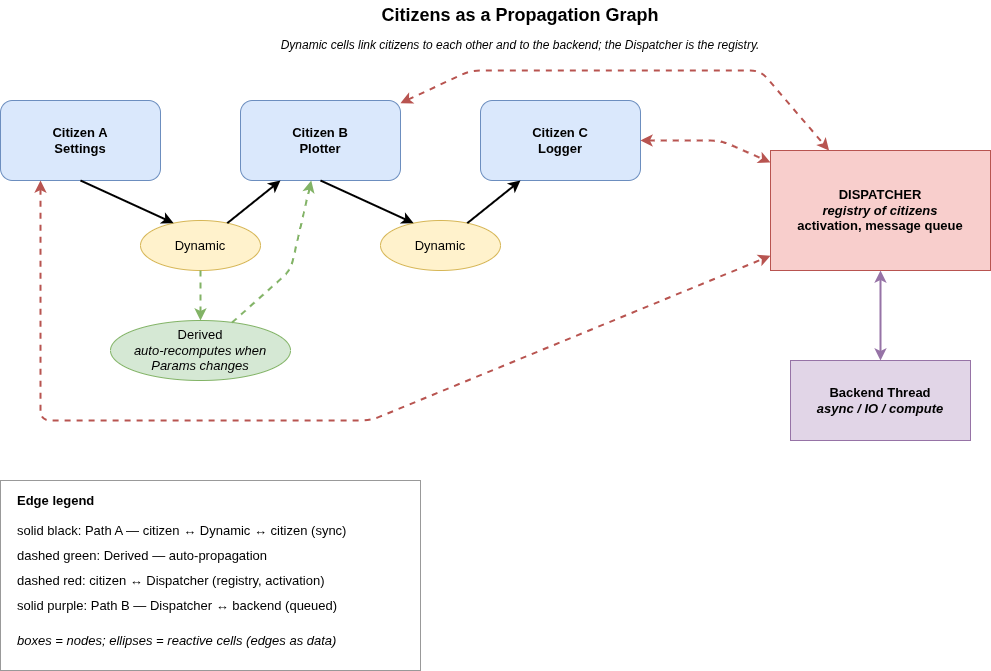
saturn77/egui_mobius keeps this draw.io diagram as book/src/images/Propagation_Graph.drawio.png. Above is the earlier version. Source tidied: cells renumbered, new cells last; positions are measured from the earlier drawing's top-left corner, leaving out a move shared by most shapes. Source of this version:
```xml
<mxGraphModel>
  <root>
    <mxCell id="0" />
    <mxCell id="1" parent="0" />
    <mxCell id="2" value="Citizens as a Propagation Graph" style="text;html=1;align=center;verticalAlign=middle;whiteSpace=wrap;fontSize=18;fontStyle=1;" parent="1" vertex="1">
      <mxGeometry x="270" width="500" height="30" as="geometry" />
    </mxCell>
    <mxCell id="3" value="Dynamic&lt;T&gt; cells link citizens to each other and to the backend; the Dispatcher is the registry." style="text;html=1;align=center;verticalAlign=middle;whiteSpace=wrap;fontSize=12;fontStyle=2;" parent="1" vertex="1">
      <mxGeometry x="170" y="35" width="700" height="20" as="geometry" />
    </mxCell>
    <mxCell id="4" value="Citizen A&#10;Settings" style="rounded=1;whiteSpace=wrap;html=1;fontStyle=1;fillColor=#dae8fc;strokeColor=#6c8ebf;fontSize=13;" parent="1" vertex="1">
      <mxGeometry y="100" width="160" height="80" as="geometry" />
    </mxCell>
    <mxCell id="5" value="Citizen B&#10;Plotter" style="rounded=1;whiteSpace=wrap;html=1;fontStyle=1;fillColor=#dae8fc;strokeColor=#6c8ebf;fontSize=13;" parent="1" vertex="1">
      <mxGeometry x="240" y="100" width="160" height="80" as="geometry" />
    </mxCell>
    <mxCell id="6" value="Citizen C&#10;Logger" style="rounded=1;whiteSpace=wrap;html=1;fontStyle=1;fillColor=#dae8fc;strokeColor=#6c8ebf;fontSize=13;" parent="1" vertex="1">
      <mxGeometry x="480" y="100" width="160" height="80" as="geometry" />
    </mxCell>
    <mxCell id="7" value="Dynamic" style="ellipse;whiteSpace=wrap;html=1;fontSize=13;fillColor=#fff2cc;strokeColor=#d6b656;" parent="1" vertex="1">
      <mxGeometry x="140" y="220" width="120" height="50" as="geometry" />
    </mxCell>
    <mxCell id="8" value="Dynamic" style="ellipse;whiteSpace=wrap;html=1;fontSize=13;fillColor=#fff2cc;strokeColor=#d6b656;" parent="1" vertex="1">
      <mxGeometry x="380" y="220" width="120" height="50" as="geometry" />
    </mxCell>
    <mxCell id="9" value="Derived&#10;&lt;i&gt;auto-recomputes when Params changes&lt;/i&gt;" style="ellipse;whiteSpace=wrap;html=1;fontSize=13;fillColor=#d5e8d4;strokeColor=#82b366;" parent="1" vertex="1">
      <mxGeometry x="110" y="320" width="180" height="60" as="geometry" />
    </mxCell>
    <mxCell id="10" value="DISPATCHER&#10;&lt;i&gt;registry of citizens&lt;/i&gt;&lt;br&gt;activation, message queue" style="rounded=0;whiteSpace=wrap;html=1;fontStyle=1;fillColor=#f8cecc;strokeColor=#b85450;fontSize=13;" parent="1" vertex="1">
      <mxGeometry x="770" y="150" width="220" height="120" as="geometry" />
    </mxCell>
    <mxCell id="11" value="Backend Thread&#10;&lt;i&gt;async / IO / compute&lt;/i&gt;" style="rounded=0;whiteSpace=wrap;html=1;fontStyle=1;fillColor=#e1d5e7;strokeColor=#9673a6;fontSize=13;" parent="1" vertex="1">
      <mxGeometry x="790" y="360" width="180" height="80" as="geometry" />
    </mxCell>
    <mxCell id="12" style="endArrow=classic;html=1;exitX=0.5;exitY=1;exitDx=0;exitDy=0;entryX=0.25;entryY=0;entryDx=0;entryDy=0;strokeWidth=2;fontSize=13;" parent="1" edge="1" source="4" target="7">
      <mxGeometry relative="1" as="geometry" />
    </mxCell>
    <mxCell id="13" style="endArrow=classic;html=1;exitX=0.75;exitY=0;exitDx=0;exitDy=0;entryX=0.25;entryY=1;entryDx=0;entryDy=0;strokeWidth=2;fontSize=13;" parent="1" edge="1" source="7" target="5">
      <mxGeometry relative="1" as="geometry" />
    </mxCell>
    <mxCell id="14" style="endArrow=classic;html=1;exitX=0.5;exitY=1;exitDx=0;exitDy=0;entryX=0.25;entryY=0;entryDx=0;entryDy=0;strokeWidth=2;fontSize=13;" parent="1" edge="1" source="5" target="8">
      <mxGeometry relative="1" as="geometry" />
    </mxCell>
    <mxCell id="15" style="endArrow=classic;html=1;exitX=0.75;exitY=0;exitDx=0;exitDy=0;entryX=0.25;entryY=1;entryDx=0;entryDy=0;strokeWidth=2;fontSize=13;" parent="1" edge="1" source="8" target="6">
      <mxGeometry relative="1" as="geometry" />
    </mxCell>
    <mxCell id="16" style="endArrow=classic;html=1;dashed=1;strokeWidth=2;strokeColor=#82b366;fontSize=13;" parent="1" edge="1" source="7" target="9">
      <mxGeometry relative="1" as="geometry" />
    </mxCell>
    <mxCell id="17" style="endArrow=classic;html=1;dashed=1;strokeWidth=2;strokeColor=#82b366;fontSize=13;" parent="1" edge="1" source="9" target="5">
      <mxGeometry relative="1" as="geometry">
        <Array as="points">
          <mxPoint x="290" y="270" />
        </Array>
      </mxGeometry>
    </mxCell>
    <mxCell id="18" style="endArrow=classic;html=1;startArrow=classic;startFill=1;endFill=1;strokeColor=#b85450;dashed=1;exitX=0.25;exitY=1;exitDx=0;exitDy=0;fontSize=13;strokeWidth=2;" parent="1" edge="1" source="4" target="10">
      <mxGeometry relative="1" as="geometry">
        <Array as="points">
          <mxPoint x="40" y="420" />
          <mxPoint x="370" y="420" />
        </Array>
      </mxGeometry>
    </mxCell>
    <mxCell id="19" style="endArrow=classic;html=1;startArrow=classic;startFill=1;endFill=1;strokeColor=#b85450;dashed=1;fontSize=13;strokeWidth=2;" parent="1" edge="1" source="5" target="10">
      <mxGeometry relative="1" as="geometry">
        <Array as="points">
          <mxPoint x="470" y="70" />
          <mxPoint x="610" y="70" />
          <mxPoint x="760" y="70" />
        </Array>
      </mxGeometry>
    </mxCell>
    <mxCell id="20" style="endArrow=classic;html=1;startArrow=classic;startFill=1;endFill=1;strokeColor=#b85450;dashed=1;fontSize=13;strokeWidth=2;" parent="1" edge="1" source="6" target="10">
      <mxGeometry relative="1" as="geometry">
        <Array as="points">
          <mxPoint x="720" y="140" />
        </Array>
      </mxGeometry>
    </mxCell>
    <mxCell id="21" style="endArrow=classic;html=1;startArrow=classic;startFill=1;endFill=1;strokeWidth=2;strokeColor=#9673a6;fontSize=13;" parent="1" edge="1" source="10" target="11">
      <mxGeometry relative="1" as="geometry" />
    </mxCell>
    <mxCell id="22" style="rounded=0;whiteSpace=wrap;html=1;fillColor=none;strokeColor=#999999;fontSize=13;" parent="1" vertex="1">
      <mxGeometry y="480" width="420" height="190" as="geometry" />
    </mxCell>
    <mxCell id="23" value="Edge legend" style="text;html=1;align=left;verticalAlign=middle;fontStyle=1;whiteSpace=wrap;fontSize=13;" parent="1" vertex="1">
      <mxGeometry x="15" y="490" width="200" height="20" as="geometry" />
    </mxCell>
    <mxCell id="24" value="solid black:  Path A — citizen ↔ Dynamic ↔ citizen (sync)" style="text;html=1;align=left;verticalAlign=middle;fontSize=13;whiteSpace=wrap;" parent="1" vertex="1">
      <mxGeometry x="15" y="520" width="365" height="20" as="geometry" />
    </mxCell>
    <mxCell id="25" value="dashed green:  Derived — auto-propagation" style="text;html=1;align=left;verticalAlign=middle;fontSize=13;whiteSpace=wrap;" parent="1" vertex="1">
      <mxGeometry x="15" y="545" width="290" height="20" as="geometry" />
    </mxCell>
    <mxCell id="26" value="dashed red:  citizen ↔ Dispatcher (registry, activation)" style="text;html=1;align=left;verticalAlign=middle;fontSize=13;whiteSpace=wrap;" parent="1" vertex="1">
      <mxGeometry x="15" y="570" width="355" height="20" as="geometry" />
    </mxCell>
    <mxCell id="27" value="solid purple:  Path B — Dispatcher ↔ backend (queued)" style="text;html=1;align=left;verticalAlign=middle;fontSize=13;whiteSpace=wrap;" parent="1" vertex="1">
      <mxGeometry x="15" y="595" width="365" height="20" as="geometry" />
    </mxCell>
    <mxCell id="28" value="boxes = nodes;  ellipses = reactive cells (edges as data)" style="text;html=1;align=left;verticalAlign=middle;fontSize=13;fontStyle=2;whiteSpace=wrap;" parent="1" vertex="1">
      <mxGeometry x="15" y="630" width="385" height="20" as="geometry" />
    </mxCell>
  </root>
</mxGraphModel>
```
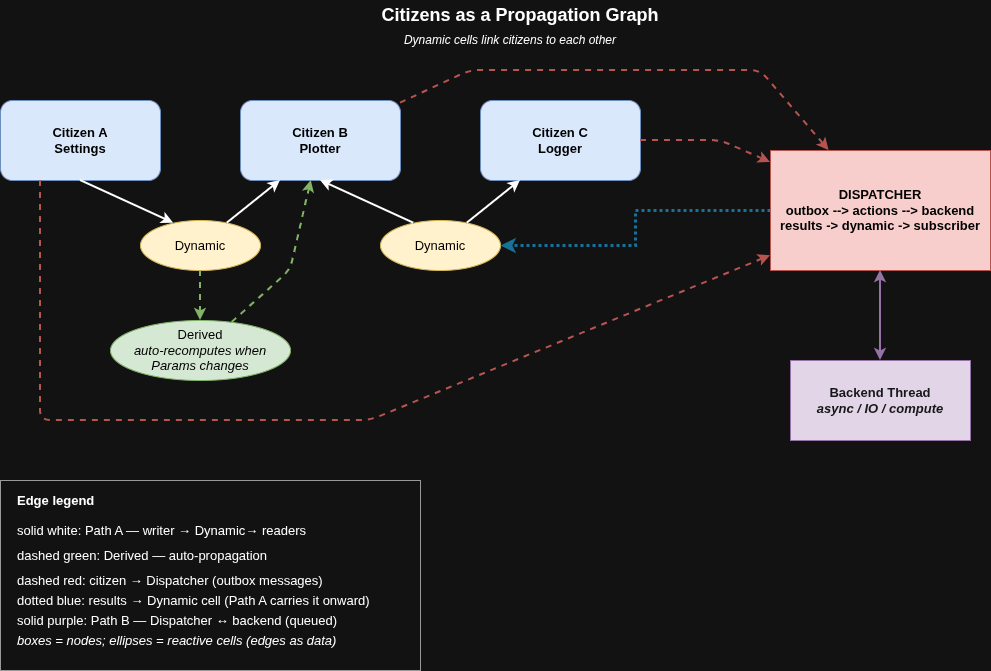
After the change.

Commit message:
docs(book): corrected architecture diagrams — REGISTRY and DISPATCHER split

Change to the diagram source:
```diff
@@ -5,31 +5,34 @@
     <mxCell id="2" value="Citizens as a Propagation Graph" style="text;html=1;align=center;verticalAlign=middle;whiteSpace=wrap;fontSize=18;fontStyle=1;" parent="1" vertex="1">
       <mxGeometry x="270" width="500" height="30" as="geometry" />
     </mxCell>
-    <mxCell id="3" value="Dynamic&lt;T&gt; cells link citizens to each other and to the backend; the Dispatcher is the registry." style="text;html=1;align=center;verticalAlign=middle;whiteSpace=wrap;fontSize=12;fontStyle=2;" parent="1" vertex="1">
-      <mxGeometry x="170" y="35" width="700" height="20" as="geometry" />
+    <mxCell id="3" value="Dynamic cells link citizens to each other" style="text;html=1;align=center;verticalAlign=middle;whiteSpace=wrap;fontSize=12;fontStyle=2;" parent="1" vertex="1">
+      <mxGeometry x="160" y="30" width="700" height="20" as="geometry" />
     </mxCell>
-    <mxCell id="4" value="Citizen A&#10;Settings" style="rounded=1;whiteSpace=wrap;html=1;fontStyle=1;fillColor=#dae8fc;strokeColor=#6c8ebf;fontSize=13;" parent="1" vertex="1">
+    <mxCell id="4" value="Citizen A&#10;Settings" style="rounded=1;whiteSpace=wrap;html=1;fontStyle=1;fillColor=#dae8fc;strokeColor=#6c8ebf;fontSize=13;fontColor=#000000;" parent="1" vertex="1">
       <mxGeometry y="100" width="160" height="80" as="geometry" />
     </mxCell>
-    <mxCell id="5" value="Citizen B&#10;Plotter" style="rounded=1;whiteSpace=wrap;html=1;fontStyle=1;fillColor=#dae8fc;strokeColor=#6c8ebf;fontSize=13;" parent="1" vertex="1">
+    <mxCell id="5" value="Citizen B&#10;Plotter" style="rounded=1;whiteSpace=wrap;html=1;fontStyle=1;fillColor=#dae8fc;strokeColor=#6c8ebf;fontSize=13;fontColor=#000000;" parent="1" vertex="1">
       <mxGeometry x="240" y="100" width="160" height="80" as="geometry" />
     </mxCell>
-    <mxCell id="6" value="Citizen C&#10;Logger" style="rounded=1;whiteSpace=wrap;html=1;fontStyle=1;fillColor=#dae8fc;strokeColor=#6c8ebf;fontSize=13;" parent="1" vertex="1">
+    <mxCell id="6" value="Citizen C&#10;Logger" style="rounded=1;whiteSpace=wrap;html=1;fontStyle=1;fillColor=#dae8fc;strokeColor=#6c8ebf;fontSize=13;fontColor=#000000;" parent="1" vertex="1">
       <mxGeometry x="480" y="100" width="160" height="80" as="geometry" />
     </mxCell>
-    <mxCell id="7" value="Dynamic" style="ellipse;whiteSpace=wrap;html=1;fontSize=13;fillColor=#fff2cc;strokeColor=#d6b656;" parent="1" vertex="1">
+    <mxCell id="7" value="Dynamic" style="ellipse;whiteSpace=wrap;html=1;fontSize=13;fillColor=#fff2cc;strokeColor=#d6b656;fontColor=#000000;" parent="1" vertex="1">
       <mxGeometry x="140" y="220" width="120" height="50" as="geometry" />
     </mxCell>
-    <mxCell id="8" value="Dynamic" style="ellipse;whiteSpace=wrap;html=1;fontSize=13;fillColor=#fff2cc;strokeColor=#d6b656;" parent="1" vertex="1">
+    <mxCell id="8" value="Dynamic" style="ellipse;whiteSpace=wrap;html=1;fontSize=13;fillColor=#fff2cc;strokeColor=#d6b656;fontColor=#000000;" parent="1" vertex="1">
       <mxGeometry x="380" y="220" width="120" height="50" as="geometry" />
     </mxCell>
-    <mxCell id="9" value="Derived&#10;&lt;i&gt;auto-recomputes when Params changes&lt;/i&gt;" style="ellipse;whiteSpace=wrap;html=1;fontSize=13;fillColor=#d5e8d4;strokeColor=#82b366;" parent="1" vertex="1">
+    <mxCell id="9" value="Derived&#10;&lt;i&gt;auto-recomputes when Params changes&lt;/i&gt;" style="ellipse;whiteSpace=wrap;html=1;fontSize=13;fillColor=#d5e8d4;strokeColor=#82b366;fontColor=#000000;" parent="1" vertex="1">
       <mxGeometry x="110" y="320" width="180" height="60" as="geometry" />
     </mxCell>
+    <mxCell id="29" style="edgeStyle=orthogonalEdgeStyle;rounded=0;jettySize=auto;html=1;exitX=0;exitY=0.5;exitDx=0;exitDy=0;entryX=1;entryY=0.5;entryDx=0;entryDy=0;strokeWidth=3;dashed=1;strokeColor=#177299;dashPattern=1 1;" parent="1" edge="1" source="10" target="8">
+      <mxGeometry relative="1" as="geometry" />
+    </mxCell>
-    <mxCell id="10" value="DISPATCHER&#10;&lt;i&gt;registry of citizens&lt;/i&gt;&lt;br&gt;activation, message queue" style="rounded=0;whiteSpace=wrap;html=1;fontStyle=1;fillColor=#f8cecc;strokeColor=#b85450;fontSize=13;" parent="1" vertex="1">
+    <mxCell id="10" value="DISPATCHER&lt;br&gt;outbox --&amp;gt; actions --&amp;gt; backend&lt;div&gt;results -&amp;gt; dynamic -&amp;gt; subscriber&lt;/div&gt;" style="rounded=0;whiteSpace=wrap;html=1;fontStyle=1;fillColor=#f8cecc;strokeColor=#b85450;fontSize=13;fontColor=#000000;" parent="1" vertex="1">
       <mxGeometry x="770" y="150" width="220" height="120" as="geometry" />
     </mxCell>
-    <mxCell id="11" value="Backend Thread&#10;&lt;i&gt;async / IO / compute&lt;/i&gt;" style="rounded=0;whiteSpace=wrap;html=1;fontStyle=1;fillColor=#e1d5e7;strokeColor=#9673a6;fontSize=13;" parent="1" vertex="1">
+    <mxCell id="11" value="Backend Thread&#10;&lt;i&gt;async / IO / compute&lt;/i&gt;" style="rounded=0;whiteSpace=wrap;html=1;fontStyle=1;fillColor=#e1d5e7;strokeColor=#9673a6;fontSize=13;fontColor=#171717;" parent="1" vertex="1">
       <mxGeometry x="790" y="360" width="180" height="80" as="geometry" />
     </mxCell>
     <mxCell id="12" style="endArrow=classic;html=1;exitX=0.5;exitY=1;exitDx=0;exitDy=0;entryX=0.25;entryY=0;entryDx=0;entryDy=0;strokeWidth=2;fontSize=13;" parent="1" edge="1" source="4" target="7">
@@ -38,10 +41,10 @@
     <mxCell id="13" style="endArrow=classic;html=1;exitX=0.75;exitY=0;exitDx=0;exitDy=0;entryX=0.25;entryY=1;entryDx=0;entryDy=0;strokeWidth=2;fontSize=13;" parent="1" edge="1" source="7" target="5">
       <mxGeometry relative="1" as="geometry" />
     </mxCell>
-    <mxCell id="14" style="endArrow=classic;html=1;exitX=0.5;exitY=1;exitDx=0;exitDy=0;entryX=0.25;entryY=0;entryDx=0;entryDy=0;strokeWidth=2;fontSize=13;" parent="1" edge="1" source="5" target="8">
+    <mxCell id="14" style="endArrow=none;html=1;exitX=0.5;exitY=1;exitDx=0;exitDy=0;entryX=0.25;entryY=0;entryDx=0;entryDy=0;strokeWidth=2;fontSize=13;startArrow=classic;startFill=1;endFill=0;" parent="1" edge="1" source="5" target="8">
       <mxGeometry relative="1" as="geometry" />
     </mxCell>
-    <mxCell id="15" style="endArrow=classic;html=1;exitX=0.75;exitY=0;exitDx=0;exitDy=0;entryX=0.25;entryY=1;entryDx=0;entryDy=0;strokeWidth=2;fontSize=13;" parent="1" edge="1" source="8" target="6">
+    <mxCell id="15" style="endArrow=none;html=1;exitX=0.25;exitY=1;exitDx=0;exitDy=0;entryX=0.75;entryY=0;entryDx=0;entryDy=0;strokeWidth=2;fontSize=13;startArrow=classic;startFill=1;endFill=0;" parent="1" edge="1" source="6" target="8">
       <mxGeometry relative="1" as="geometry" />
     </mxCell>
     <mxCell id="16" style="endArrow=classic;html=1;dashed=1;strokeWidth=2;strokeColor=#82b366;fontSize=13;" parent="1" edge="1" source="7" target="9">
@@ -54,7 +57,7 @@
         </Array>
       </mxGeometry>
     </mxCell>
-    <mxCell id="18" style="endArrow=classic;html=1;startArrow=classic;startFill=1;endFill=1;strokeColor=#b85450;dashed=1;exitX=0.25;exitY=1;exitDx=0;exitDy=0;fontSize=13;strokeWidth=2;" parent="1" edge="1" source="4" target="10">
+    <mxCell id="18" style="endArrow=classic;html=1;startArrow=none;startFill=0;endFill=1;strokeColor=#b85450;dashed=1;exitX=0.25;exitY=1;exitDx=0;exitDy=0;fontSize=13;strokeWidth=2;" parent="1" edge="1" source="4" target="10">
       <mxGeometry relative="1" as="geometry">
         <Array as="points">
           <mxPoint x="40" y="420" />
@@ -62,7 +65,7 @@
         </Array>
       </mxGeometry>
     </mxCell>
-    <mxCell id="19" style="endArrow=classic;html=1;startArrow=classic;startFill=1;endFill=1;strokeColor=#b85450;dashed=1;fontSize=13;strokeWidth=2;" parent="1" edge="1" source="5" target="10">
+    <mxCell id="19" style="endArrow=classic;html=1;startArrow=none;startFill=0;endFill=1;strokeColor=#b85450;dashed=1;fontSize=13;strokeWidth=2;" parent="1" edge="1" source="5" target="10">
       <mxGeometry relative="1" as="geometry">
         <Array as="points">
           <mxPoint x="470" y="70" />
@@ -71,7 +74,7 @@
         </Array>
       </mxGeometry>
     </mxCell>
-    <mxCell id="20" style="endArrow=classic;html=1;startArrow=classic;startFill=1;endFill=1;strokeColor=#b85450;dashed=1;fontSize=13;strokeWidth=2;" parent="1" edge="1" source="6" target="10">
+    <mxCell id="20" style="endArrow=classic;html=1;startArrow=none;startFill=0;endFill=1;strokeColor=#b85450;dashed=1;fontSize=13;strokeWidth=2;" parent="1" edge="1" source="6" target="10">
       <mxGeometry relative="1" as="geometry">
         <Array as="points">
           <mxPoint x="720" y="140" />
@@ -87,20 +90,23 @@
     <mxCell id="23" value="Edge legend" style="text;html=1;align=left;verticalAlign=middle;fontStyle=1;whiteSpace=wrap;fontSize=13;" parent="1" vertex="1">
       <mxGeometry x="15" y="490" width="200" height="20" as="geometry" />
     </mxCell>
-    <mxCell id="24" value="solid black:  Path A — citizen ↔ Dynamic ↔ citizen (sync)" style="text;html=1;align=left;verticalAlign=middle;fontSize=13;whiteSpace=wrap;" parent="1" vertex="1">
+    <mxCell id="24" value="solid white:  Path A — writer →&amp;nbsp;Dynamic→&amp;nbsp;readers" style="text;html=1;align=left;verticalAlign=middle;fontSize=13;whiteSpace=wrap;" parent="1" vertex="1">
       <mxGeometry x="15" y="520" width="365" height="20" as="geometry" />
     </mxCell>
     <mxCell id="25" value="dashed green:  Derived — auto-propagation" style="text;html=1;align=left;verticalAlign=middle;fontSize=13;whiteSpace=wrap;" parent="1" vertex="1">
       <mxGeometry x="15" y="545" width="290" height="20" as="geometry" />
     </mxCell>
-    <mxCell id="26" value="dashed red:  citizen ↔ Dispatcher (registry, activation)" style="text;html=1;align=left;verticalAlign=middle;fontSize=13;whiteSpace=wrap;" parent="1" vertex="1">
+    <mxCell id="26" value="dashed red:  citizen →&amp;nbsp;Dispatcher (outbox messages)" style="text;html=1;align=left;verticalAlign=middle;fontSize=13;whiteSpace=wrap;" parent="1" vertex="1">
       <mxGeometry x="15" y="570" width="355" height="20" as="geometry" />
     </mxCell>
     <mxCell id="27" value="solid purple:  Path B — Dispatcher ↔ backend (queued)" style="text;html=1;align=left;verticalAlign=middle;fontSize=13;whiteSpace=wrap;" parent="1" vertex="1">
-      <mxGeometry x="15" y="595" width="365" height="20" as="geometry" />
+      <mxGeometry x="15" y="610" width="365" height="20" as="geometry" />
     </mxCell>
     <mxCell id="28" value="boxes = nodes;  ellipses = reactive cells (edges as data)" style="text;html=1;align=left;verticalAlign=middle;fontSize=13;fontStyle=2;whiteSpace=wrap;" parent="1" vertex="1">
       <mxGeometry x="15" y="630" width="385" height="20" as="geometry" />
     </mxCell>
+    <mxCell id="30" value="dotted blue: results → Dynamic cell (Path A carries it onward)" style="text;html=1;align=left;verticalAlign=middle;fontSize=13;whiteSpace=wrap;" parent="1" vertex="1">
+      <mxGeometry x="15" y="590" width="355" height="20" as="geometry" />
+    </mxCell>
   </root>
 </mxGraphModel>
```
